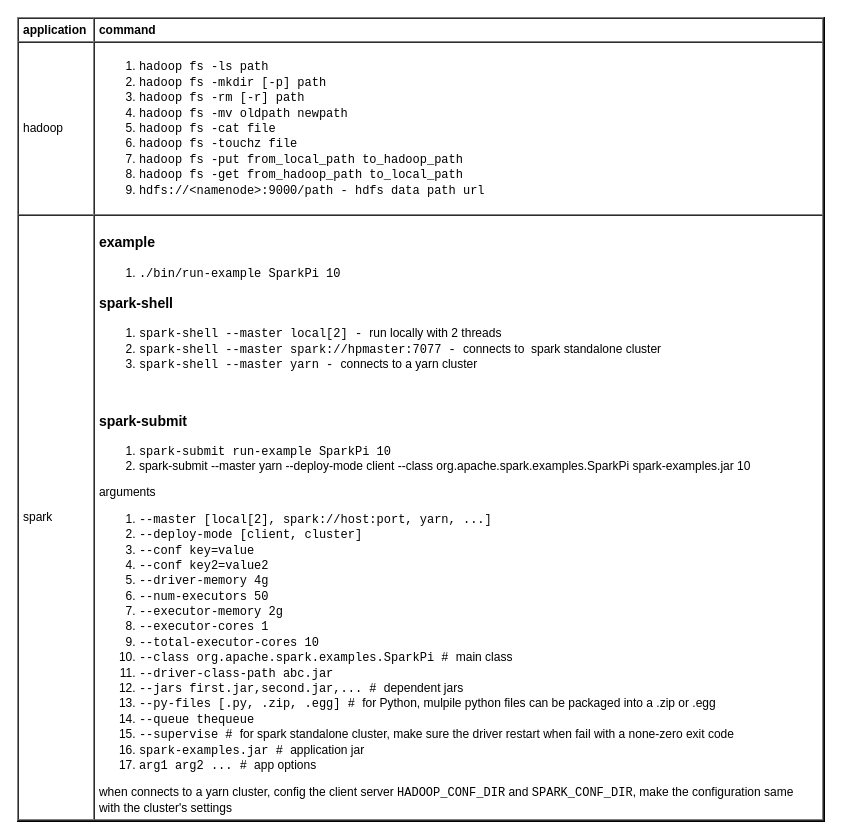
yangdj/tf_docs keeps this draw.io diagram as page "command" (7 of 8) of db/distdb.drawio. Above is the earlier version. Source tidied: cells renumbered, new cells numbered last; positions are measured from the earlier drawing's top-left corner, leaving out a move shared by most shapes. Both pictures are drawn from the tidied source at 100%, with x=0, y=0 at pixel (17, 17).
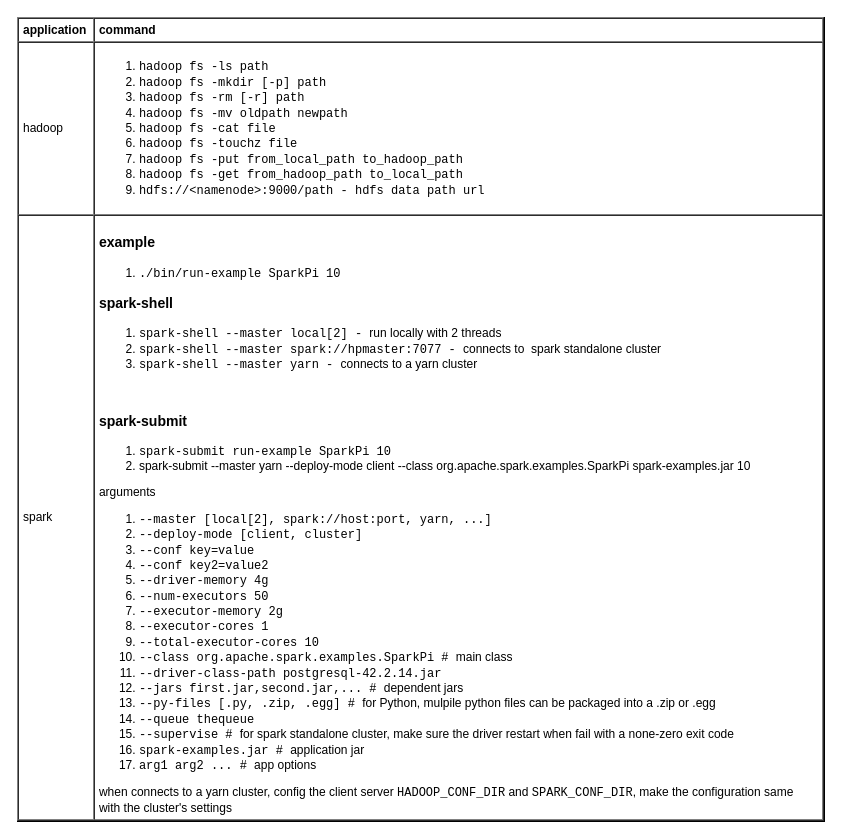
The same diagram, later.

What changed in the source:
```diff
@@
 <mxGraphModel>
   <root>
     <mxCell id="0" />
     <mxCell id="1" parent="0" />
-    <mxCell id="2" value="&lt;table cellpadding=&quot;4&quot; cellspacing=&quot;0&quot; border=&quot;1&quot; style=&quot;font-size: 1em ; width: 100% ; height: 100%&quot;&gt;&lt;tbody&gt;&lt;tr&gt;&lt;th&gt;application&lt;/th&gt;&lt;th&gt;command&lt;/th&gt;&lt;/tr&gt;&lt;tr&gt;&lt;td&gt;hadoop&lt;/td&gt;&lt;td&gt;&lt;ol&gt;&lt;li&gt;&lt;font face=&quot;Courier New&quot;&gt;hadoop fs -ls path&lt;/font&gt;&lt;/li&gt;&lt;li&gt;&lt;font face=&quot;Courier New&quot;&gt;hadoop fs -mkdir [-p] path&lt;/font&gt;&lt;/li&gt;&lt;li&gt;&lt;font face=&quot;Courier New&quot;&gt;hadoop fs -rm [-r] path&lt;/font&gt;&lt;/li&gt;&lt;li&gt;&lt;span style=&quot;font-family: &amp;#34;courier new&amp;#34; ; font-size: 1em&quot;&gt;hadoop fs -mv oldpath newpath&lt;/span&gt;&lt;br&gt;&lt;/li&gt;&lt;li&gt;&lt;font face=&quot;Courier New&quot;&gt;hadoop fs -cat file&lt;/font&gt;&lt;/li&gt;&lt;li&gt;&lt;font face=&quot;Courier New&quot;&gt;hadoop fs -touchz file&lt;/font&gt;&lt;/li&gt;&lt;li&gt;&lt;font face=&quot;Courier New&quot;&gt;hadoop fs -put from_local_path to_hadoop_path&lt;/font&gt;&lt;/li&gt;&lt;li&gt;&lt;font face=&quot;Courier New&quot;&gt;hadoop fs -get from_hadoop_path to_local_path&lt;br&gt;&lt;/font&gt;&lt;/li&gt;&lt;li&gt;&lt;font face=&quot;Courier New&quot;&gt;hdfs://&amp;lt;namenode&amp;gt;:9000/path - hdfs data path url&lt;br&gt;&lt;/font&gt;&lt;/li&gt;&lt;/ol&gt;&lt;/td&gt;&lt;/tr&gt;&lt;tr&gt;&lt;td&gt;spark&lt;/td&gt;&lt;td&gt;&lt;h3 style=&quot;font-family: &amp;#34;courier new&amp;#34;&quot;&gt;&lt;font face=&quot;Helvetica&quot;&gt;example&lt;/font&gt;&lt;/h3&gt;&lt;ol&gt;&lt;li&gt;&lt;span style=&quot;font-family: &amp;#34;courier new&amp;#34;&quot;&gt;./bin/run-example SparkPi 10&lt;/span&gt;&lt;/li&gt;&lt;/ol&gt;&lt;h3&gt;spark-shell&lt;/h3&gt;&lt;ol&gt;&lt;li&gt;&lt;span style=&quot;font-family: &amp;#34;courier new&amp;#34;&quot;&gt;spark-shell --master local[2] - &lt;/span&gt;run locally with 2 threads&lt;/li&gt;&lt;li&gt;&lt;font face=&quot;Courier New&quot;&gt;spark-shell --master spark://hpmaster:7077 - &lt;/font&gt;connects to&amp;nbsp; spark standalone cluster&lt;br&gt;&lt;/li&gt;&lt;li&gt;&lt;span style=&quot;font-family: &amp;#34;courier new&amp;#34;&quot;&gt;spark-shell --master yarn - &lt;/span&gt;connects to a yarn cluster&lt;/li&gt;&lt;/ol&gt;&lt;br&gt;&lt;h3&gt;spark-submit&lt;/h3&gt;&lt;ol&gt;&lt;li&gt;&lt;font face=&quot;Courier New&quot;&gt;spark-submit run-example SparkPi 10&lt;/font&gt;&lt;/li&gt;&lt;li&gt;spark-submit --master yarn --deploy-mode client --class org.apache.spark.examples.SparkPi spark-examples.jar 10&lt;/li&gt;&lt;/ol&gt;&lt;div&gt;&lt;div&gt;arguments&lt;/div&gt;&lt;ol&gt;&lt;li&gt;&lt;font face=&quot;Courier New&quot;&gt;--master [local[2], spark://host:port, yarn, ...]&lt;/font&gt;&lt;/li&gt;&lt;li&gt;&lt;font face=&quot;Courier New&quot;&gt;--deploy-mode [client, cluster]&lt;/font&gt;&lt;/li&gt;&lt;li&gt;&lt;span style=&quot;font-family: &amp;#34;courier new&amp;#34; ; font-size: 1em&quot;&gt;--conf key=value&lt;/span&gt;&lt;br&gt;&lt;/li&gt;&lt;li&gt;&lt;font face=&quot;Courier New&quot;&gt;--conf key2=value2&lt;/font&gt;&lt;/li&gt;&lt;li&gt;&lt;font face=&quot;Courier New&quot;&gt;--driver-memory 4g&lt;/font&gt;&lt;/li&gt;&lt;li&gt;&lt;font face=&quot;Courier New&quot;&gt;--num-executors 50&lt;/font&gt;&lt;/li&gt;&lt;li&gt;&lt;font face=&quot;Courier New&quot;&gt;--executor-memory 2g&lt;/font&gt;&lt;/li&gt;&lt;li&gt;&lt;font face=&quot;Courier New&quot;&gt;--executor-cores 1&lt;/font&gt;&lt;/li&gt;&lt;li&gt;&lt;font face=&quot;Courier New&quot;&gt;--total-executor-cores 10&lt;/font&gt;&lt;/li&gt;&lt;li&gt;&lt;font face=&quot;Courier New&quot;&gt;--class&amp;nbsp;org.apache.spark.examples.SparkPi&amp;nbsp;&lt;/font&gt;&lt;font face=&quot;Courier New&quot;&gt;#&amp;nbsp;&lt;/font&gt;main class&lt;/li&gt;&lt;li&gt;&lt;font face=&quot;Courier New&quot;&gt;--driver-class-path abc.jar&lt;/font&gt;&lt;/li&gt;&lt;li&gt;&lt;font face=&quot;Courier New&quot;&gt;--jars first.jar,second.jar,... #&amp;nbsp;&lt;/font&gt;dependent jars&lt;/li&gt;&lt;li&gt;&lt;font face=&quot;Courier New&quot;&gt;--py-files [.py, .zip, .egg]&amp;nbsp;#&amp;nbsp;&lt;/font&gt;for Python, mulpile python files can be packaged into a .zip or .egg&lt;/li&gt;&lt;li&gt;&lt;font face=&quot;Courier New&quot;&gt;--queue thequeue&lt;/font&gt;&lt;/li&gt;&lt;li&gt;&lt;font face=&quot;Courier New&quot;&gt;--supervise&lt;/font&gt;&lt;font face=&quot;Courier New&quot;&gt;&amp;nbsp;&lt;/font&gt;&lt;font face=&quot;Courier New&quot;&gt;#&amp;nbsp;&lt;/font&gt;for spark standalone cluster, make sure the driver restart when fail with a none-zero exit code&lt;/li&gt;&lt;li&gt;&lt;font face=&quot;Courier New&quot;&gt;spark-examples.jar #&amp;nbsp;&lt;/font&gt;application jar&lt;br&gt;&lt;/li&gt;&lt;li&gt;&lt;font face=&quot;Courier New&quot;&gt;arg1 arg2 ... # &lt;/font&gt;app options&lt;/li&gt;&lt;/ol&gt;&lt;div&gt;when&amp;nbsp;&lt;span style=&quot;font-size: 1em&quot;&gt;connects to a yarn cluster, config the client server &lt;font face=&quot;Courier New&quot;&gt;HADOOP_CONF_DIR&lt;/font&gt; and &lt;font face=&quot;Courier New&quot;&gt;SPARK_CONF_DIR&lt;/font&gt;, make the configuration same&lt;/span&gt;&lt;/div&gt;&lt;/div&gt;&lt;div&gt;&lt;span style=&quot;font-size: 1em&quot;&gt;with the cluster's settings&lt;/span&gt;&lt;/div&gt;&lt;/td&gt;&lt;/tr&gt;&lt;/tbody&gt;&lt;/table&gt; " style="verticalAlign=top;align=left;overflow=fill;fontSize=12;fontFamily=Helvetica;html=1;fillColor=none;" parent="1" vertex="1">
+    <mxCell id="2" value="&lt;table cellpadding=&quot;4&quot; cellspacing=&quot;0&quot; border=&quot;1&quot; style=&quot;font-size: 1em ; width: 100% ; height: 100%&quot;&gt;&lt;tbody&gt;&lt;tr&gt;&lt;th&gt;application&lt;/th&gt;&lt;th&gt;command&lt;/th&gt;&lt;/tr&gt;&lt;tr&gt;&lt;td&gt;hadoop&lt;/td&gt;&lt;td&gt;&lt;ol&gt;&lt;li&gt;&lt;font face=&quot;Courier New&quot;&gt;hadoop fs -ls path&lt;/font&gt;&lt;/li&gt;&lt;li&gt;&lt;font face=&quot;Courier New&quot;&gt;hadoop fs -mkdir [-p] path&lt;/font&gt;&lt;/li&gt;&lt;li&gt;&lt;font face=&quot;Courier New&quot;&gt;hadoop fs -rm [-r] path&lt;/font&gt;&lt;/li&gt;&lt;li&gt;&lt;span style=&quot;font-family: &amp;#34;courier new&amp;#34; ; font-size: 1em&quot;&gt;hadoop fs -mv oldpath newpath&lt;/span&gt;&lt;br&gt;&lt;/li&gt;&lt;li&gt;&lt;font face=&quot;Courier New&quot;&gt;hadoop fs -cat file&lt;/font&gt;&lt;/li&gt;&lt;li&gt;&lt;font face=&quot;Courier New&quot;&gt;hadoop fs -touchz file&lt;/font&gt;&lt;/li&gt;&lt;li&gt;&lt;font face=&quot;Courier New&quot;&gt;hadoop fs -put from_local_path to_hadoop_path&lt;/font&gt;&lt;/li&gt;&lt;li&gt;&lt;font face=&quot;Courier New&quot;&gt;hadoop fs -get from_hadoop_path to_local_path&lt;br&gt;&lt;/font&gt;&lt;/li&gt;&lt;li&gt;&lt;font face=&quot;Courier New&quot;&gt;hdfs://&amp;lt;namenode&amp;gt;:9000/path - hdfs data path url&lt;br&gt;&lt;/font&gt;&lt;/li&gt;&lt;/ol&gt;&lt;/td&gt;&lt;/tr&gt;&lt;tr&gt;&lt;td&gt;spark&lt;/td&gt;&lt;td&gt;&lt;h3 style=&quot;font-family: &amp;#34;courier new&amp;#34;&quot;&gt;&lt;font face=&quot;Helvetica&quot;&gt;example&lt;/font&gt;&lt;/h3&gt;&lt;ol&gt;&lt;li&gt;&lt;span style=&quot;font-family: &amp;#34;courier new&amp;#34;&quot;&gt;./bin/run-example SparkPi 10&lt;/span&gt;&lt;/li&gt;&lt;/ol&gt;&lt;h3&gt;spark-shell&lt;/h3&gt;&lt;ol&gt;&lt;li&gt;&lt;span style=&quot;font-family: &amp;#34;courier new&amp;#34;&quot;&gt;spark-shell --master local[2] - &lt;/span&gt;run locally with 2 threads&lt;/li&gt;&lt;li&gt;&lt;font face=&quot;Courier New&quot;&gt;spark-shell --master spark://hpmaster:7077 - &lt;/font&gt;connects to&amp;nbsp; spark standalone cluster&lt;br&gt;&lt;/li&gt;&lt;li&gt;&lt;span style=&quot;font-family: &amp;#34;courier new&amp;#34;&quot;&gt;spark-shell --master yarn - &lt;/span&gt;connects to a yarn cluster&lt;/li&gt;&lt;/ol&gt;&lt;br&gt;&lt;h3&gt;spark-submit&lt;/h3&gt;&lt;ol&gt;&lt;li&gt;&lt;font face=&quot;Courier New&quot;&gt;spark-submit run-example SparkPi 10&lt;/font&gt;&lt;/li&gt;&lt;li&gt;spark-submit --master yarn --deploy-mode client --class org.apache.spark.examples.SparkPi spark-examples.jar 10&lt;/li&gt;&lt;/ol&gt;&lt;div&gt;&lt;div&gt;arguments&lt;/div&gt;&lt;ol&gt;&lt;li&gt;&lt;font face=&quot;Courier New&quot;&gt;--master [local[2], spark://host:port, yarn, ...]&lt;/font&gt;&lt;/li&gt;&lt;li&gt;&lt;font face=&quot;Courier New&quot;&gt;--deploy-mode [client, cluster]&lt;/font&gt;&lt;/li&gt;&lt;li&gt;&lt;span style=&quot;font-family: &amp;#34;courier new&amp;#34; ; font-size: 1em&quot;&gt;--conf key=value&lt;/span&gt;&lt;br&gt;&lt;/li&gt;&lt;li&gt;&lt;font face=&quot;Courier New&quot;&gt;--conf key2=value2&lt;/font&gt;&lt;/li&gt;&lt;li&gt;&lt;font face=&quot;Courier New&quot;&gt;--driver-memory 4g&lt;/font&gt;&lt;/li&gt;&lt;li&gt;&lt;font face=&quot;Courier New&quot;&gt;--num-executors 50&lt;/font&gt;&lt;/li&gt;&lt;li&gt;&lt;font face=&quot;Courier New&quot;&gt;--executor-memory 2g&lt;/font&gt;&lt;/li&gt;&lt;li&gt;&lt;font face=&quot;Courier New&quot;&gt;--executor-cores 1&lt;/font&gt;&lt;/li&gt;&lt;li&gt;&lt;font face=&quot;Courier New&quot;&gt;--total-executor-cores 10&lt;/font&gt;&lt;/li&gt;&lt;li&gt;&lt;font face=&quot;Courier New&quot;&gt;--class&amp;nbsp;org.apache.spark.examples.SparkPi&amp;nbsp;&lt;/font&gt;&lt;font face=&quot;Courier New&quot;&gt;#&amp;nbsp;&lt;/font&gt;main class&lt;/li&gt;&lt;li&gt;&lt;font face=&quot;Courier New&quot;&gt;--driver-class-path&amp;nbsp;postgresql-42.2.14.jar&lt;/font&gt;&lt;/li&gt;&lt;li&gt;&lt;font face=&quot;Courier New&quot;&gt;--jars first.jar,second.jar,... #&amp;nbsp;&lt;/font&gt;dependent jars&lt;/li&gt;&lt;li&gt;&lt;font face=&quot;Courier New&quot;&gt;--py-files [.py, .zip, .egg]&amp;nbsp;#&amp;nbsp;&lt;/font&gt;for Python, mulpile python files can be packaged into a .zip or .egg&lt;/li&gt;&lt;li&gt;&lt;font face=&quot;Courier New&quot;&gt;--queue thequeue&lt;/font&gt;&lt;/li&gt;&lt;li&gt;&lt;font face=&quot;Courier New&quot;&gt;--supervise&lt;/font&gt;&lt;font face=&quot;Courier New&quot;&gt;&amp;nbsp;&lt;/font&gt;&lt;font face=&quot;Courier New&quot;&gt;#&amp;nbsp;&lt;/font&gt;for spark standalone cluster, make sure the driver restart when fail with a none-zero exit code&lt;/li&gt;&lt;li&gt;&lt;font face=&quot;Courier New&quot;&gt;spark-examples.jar #&amp;nbsp;&lt;/font&gt;application jar&lt;br&gt;&lt;/li&gt;&lt;li&gt;&lt;font face=&quot;Courier New&quot;&gt;arg1 arg2 ... # &lt;/font&gt;app options&lt;/li&gt;&lt;/ol&gt;&lt;div&gt;when&amp;nbsp;&lt;span style=&quot;font-size: 1em&quot;&gt;connects to a yarn cluster, config the client server &lt;font face=&quot;Courier New&quot;&gt;HADOOP_CONF_DIR&lt;/font&gt; and &lt;font face=&quot;Courier New&quot;&gt;SPARK_CONF_DIR&lt;/font&gt;, make the configuration same&lt;/span&gt;&lt;/div&gt;&lt;/div&gt;&lt;div&gt;&lt;span style=&quot;font-size: 1em&quot;&gt;with the cluster's settings&lt;/span&gt;&lt;/div&gt;&lt;/td&gt;&lt;/tr&gt;&lt;/tbody&gt;&lt;/table&gt; " style="verticalAlign=top;align=left;overflow=fill;fontSize=12;fontFamily=Helvetica;html=1;fillColor=none;" parent="1" vertex="1">
       <mxGeometry width="807" height="804" as="geometry" />
     </mxCell>
   </root>
 </mxGraphModel>
```
